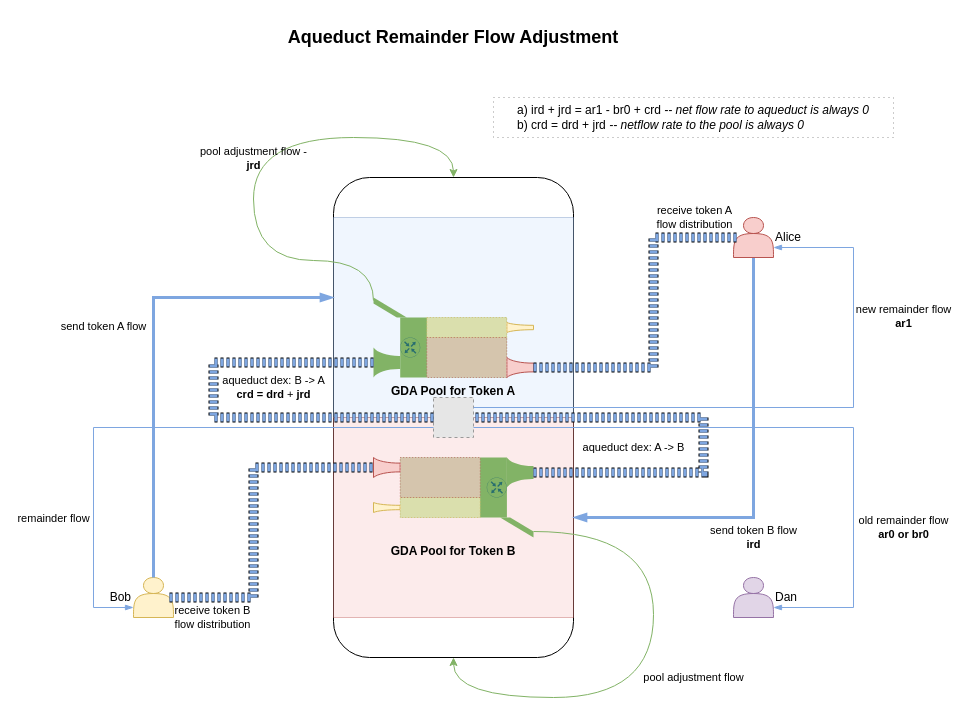
superfluid-finance/protocol-monorepo keeps this draw.io diagram as page "Aqueduct RemainderFlow" (3 of 3) of packages/solidity-semantic-money/docs/visuals.drawio. Above is the earlier version. Source tidied: cells renumbered, new cells numbered last; positions are measured from the earlier drawing's top-left corner, leaving out a move shared by most shapes. Both pictures are drawn from the tidied source at 100%, with x=0, y=0 at pixel (93, 17). Pictures stored in the file or linked from it are replaced by grey dashed boxes.
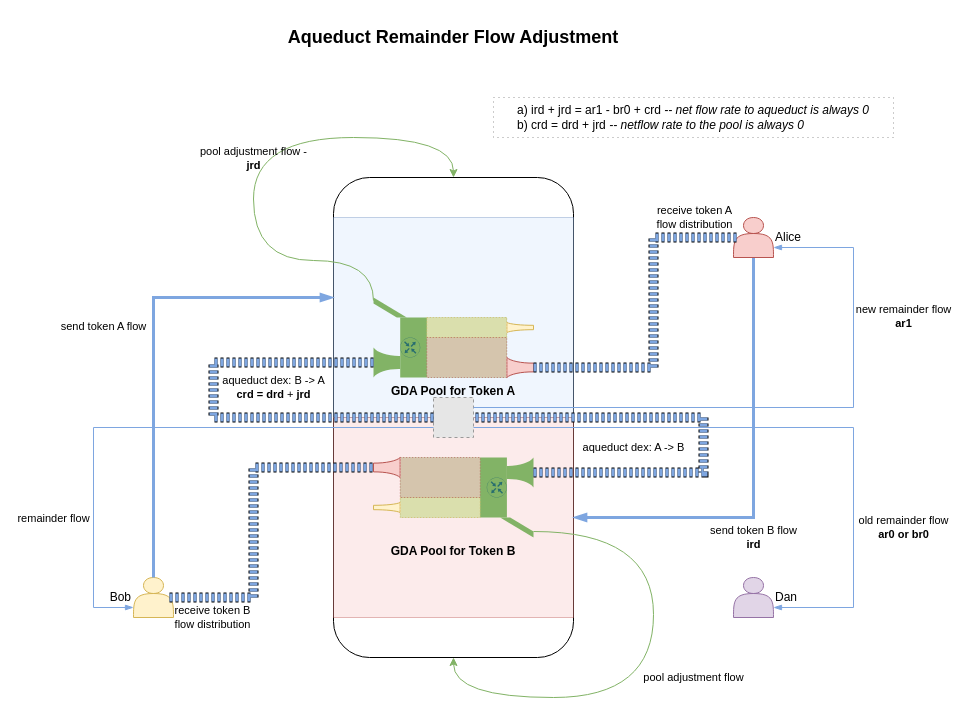
After the change.

Unchanged cells that the change refers to:
```xml
<mxCell id="5" style="fillColor=#E6E6E6;strokeColor=#999999;dashed=1;verticalLabelPosition=bottom;labelBackgroundColor=default;verticalAlign=top;" parent="1" vertex="1">
  <mxGeometry x="340" y="380" width="40" height="40" as="geometry" />
</mxCell>
<mxCell id="15" value="GDA Pool for Token B" style="group;labelPosition=center;verticalLabelPosition=bottom;align=center;verticalAlign=top;fontStyle=1;flipH=1;" parent="1" vertex="1">
  <mxGeometry x="280" y="440" width="160" height="80" as="geometry" />
</mxCell>
<mxCell id="27" value="Bob" style="shape=actor;whiteSpace=wrap;html=1;strokeColor=#d6b656;fillColor=#fff2cc;labelPosition=left;verticalLabelPosition=middle;align=right;verticalAlign=middle;" parent="1" vertex="1">
  <mxGeometry x="40" y="560" width="40" height="40" as="geometry" />
</mxCell>
```

The edit, as a diff of the source:
```diff
@@
-    <mxCell id="16" style="verticalLabelPosition=bottom;align=center;outlineConnect=0;dashed=0;html=1;verticalAlign=top;shape=mxgraph.pid.flow_sensors.flow_nozzle;strokeColor=none;fillColor=#82B366;" parent="15" vertex="1">
+    <mxCell id="16" style="verticalLabelPosition=bottom;align=center;outlineConnect=0;dashed=0;html=1;verticalAlign=top;shape=mxgraph.pid.flow_sensors.flow_nozzle;strokeColor=none;fillColor=#82B366;flipH=1;" parent="15" vertex="1">
       <mxGeometry x="133.3" width="26.7" height="30" as="geometry" />
     </mxCell>
@@
-    <mxCell id="19" style="verticalLabelPosition=bottom;align=center;outlineConnect=0;dashed=0;html=1;verticalAlign=top;shape=mxgraph.pid.flow_sensors.flow_nozzle;strokeColor=#b85450;fillColor=#f8cecc;flipH=0;" parent="15" vertex="1">
+    <mxCell id="19" style="verticalLabelPosition=bottom;align=center;outlineConnect=0;dashed=0;html=1;verticalAlign=top;shape=mxgraph.pid.flow_sensors.flow_nozzle;strokeColor=#b85450;fillColor=#f8cecc;flipH=1;" parent="15" vertex="1">
       <mxGeometry width="26.7" height="20" as="geometry" />
     </mxCell>
-    <mxCell id="20" style="verticalLabelPosition=bottom;align=center;dashed=0;html=1;verticalAlign=top;shape=mxgraph.pid.flow_sensors.flow_nozzle;strokeColor=#d6b656;fillColor=#fff2cc;flipH=0;" parent="15" vertex="1">
+    <mxCell id="20" style="verticalLabelPosition=bottom;align=center;dashed=0;html=1;verticalAlign=top;shape=mxgraph.pid.flow_sensors.flow_nozzle;strokeColor=#d6b656;fillColor=#fff2cc;flipH=1;" parent="15" vertex="1">
       <mxGeometry y="45" width="26.7" height="10" as="geometry" />
     </mxCell>
@@
-    <mxCell id="31" value="aqueduct dex: A -&amp;gt; B" style="shape=filledEdge;fixDash=1;endArrow=none;strokeWidth=10;fillColor=#7EA6E0;edgeStyle=orthogonalEdgeStyle;html=1;strokeColor=default;rounded=0;shadow=0;entryX=1;entryY=0.5;entryDx=0;entryDy=0;exitX=1;exitY=0.5;exitDx=0;exitDy=0;dashed=1;exitPerimeter=0;endFill=0;labelBackgroundColor=none;" parent="1" edge="1" source="16" target="5">
+    <mxCell id="31" value="aqueduct dex: A -&amp;gt; B" style="shape=filledEdge;fixDash=1;endArrow=none;strokeWidth=10;fillColor=#7EA6E0;edgeStyle=orthogonalEdgeStyle;html=1;strokeColor=default;rounded=0;shadow=0;entryX=1;entryY=0.5;entryDx=0;entryDy=0;exitX=0;exitY=0.5;exitDx=0;exitDy=0;dashed=1;exitPerimeter=0;endFill=0;labelBackgroundColor=none;" parent="1" edge="1" source="16" target="5">
       <mxGeometry x="-0.56" y="25" relative="1" as="geometry">
         <Array as="points">
           <mxPoint x="610" y="455" />
           <mxPoint x="610" y="400" />
         </Array>
       </mxGeometry>
     </mxCell>
@@
-    <mxCell id="33" value="receive token B&lt;br&gt;flow distribution" style="shape=filledEdge;fixDash=1;endArrow=none;strokeWidth=10;fillColor=#7EA6E0;edgeStyle=orthogonalEdgeStyle;html=1;strokeColor=default;rounded=0;shadow=0;entryX=0;entryY=0.5;entryDx=0;entryDy=0;dashed=1;endFill=0;labelBackgroundColor=none;entryPerimeter=0;exitX=0.9;exitY=0.5;exitDx=0;exitDy=0;exitPerimeter=0;" parent="1" edge="1" source="27" target="19">
+    <mxCell id="33" value="receive token B&lt;br&gt;flow distribution" style="shape=filledEdge;fixDash=1;endArrow=none;strokeWidth=10;fillColor=#7EA6E0;edgeStyle=orthogonalEdgeStyle;html=1;strokeColor=default;rounded=0;shadow=0;dashed=1;endFill=0;labelBackgroundColor=none;exitX=0.9;exitY=0.5;exitDx=0;exitDy=0;exitPerimeter=0;entryX=1;entryY=0.5;entryDx=0;entryDy=0;entryPerimeter=0;" parent="1" edge="1" source="27" target="19">
       <mxGeometry x="-0.74" y="-20" relative="1" as="geometry">
         <Array as="points">
           <mxPoint x="160" y="580" />
           <mxPoint x="160" y="450" />
         </Array>
       </mxGeometry>
     </mxCell>
```
